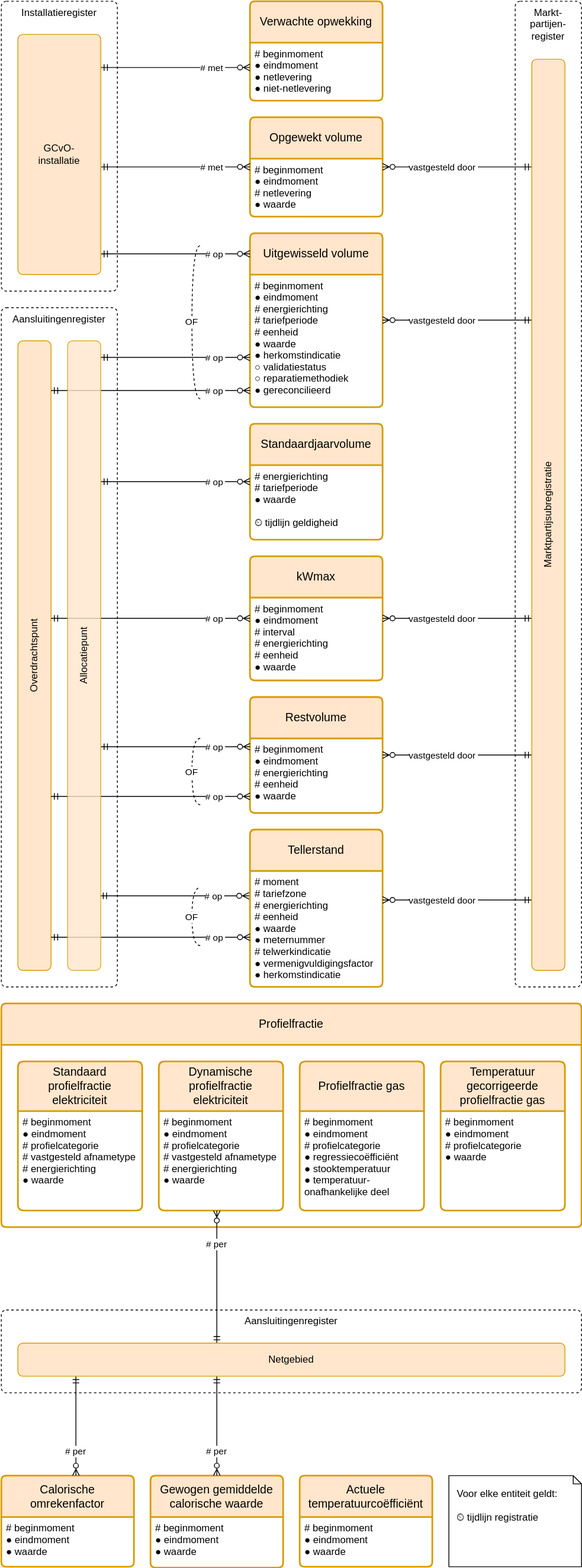
Before: registers/energie-uitwisselingsregister/1.4/energie-uitwisselingsregister.drawio.svg, a diagram exported from draw.io (Netbeheer-Nederland/stelsel). Source tidied: cells renumbered, new cells last; positions are measured from the earlier drawing's top-left corner, leaving out a move shared by most shapes.
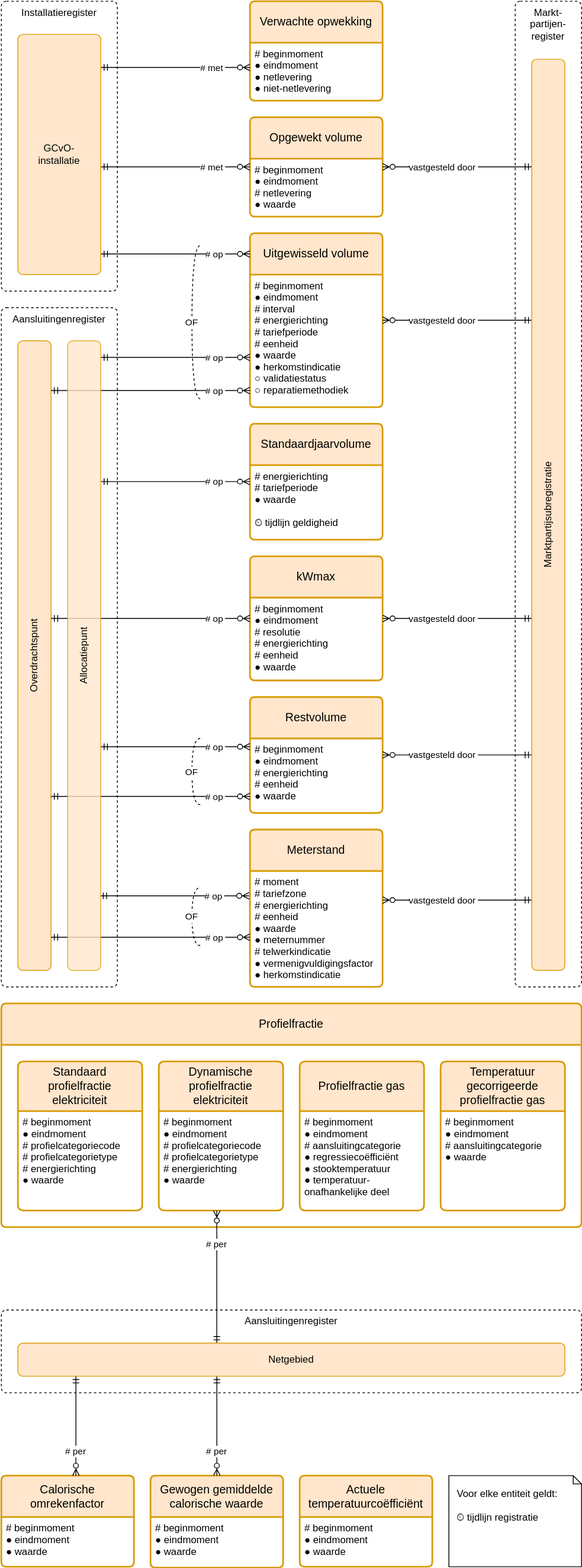
After the commit.

Commit message:
energie-uitwisseling in de context van tijdsafhankelijke transporttarieven

Diff of the diagram source:
```diff
@@ -17,7 +17,7 @@
     <mxCell id="6" value="Markt-partijen-register" style="rounded=1;whiteSpace=wrap;verticalAlign=top;dashed=1;arcSize=12;absoluteArcSize=1;spacingLeft=10;spacingRight=10;" parent="1" vertex="1">
       <mxGeometry x="620" width="80" height="1190" as="geometry" />
     </mxCell>
-    <mxCell id="7" value="Tellerstand" style="swimlane;horizontal=1;startSize=50;rounded=1;fontSize=14;fontStyle=0;strokeWidth=2;shadow=0;dashed=0;align=center;arcSize=4;fillColor=#ffe6cc;strokeColor=#d79b00;whiteSpace=wrap;" parent="1" vertex="1">
+    <mxCell id="7" value="Meterstand" style="swimlane;horizontal=1;startSize=50;rounded=1;fontSize=14;fontStyle=0;strokeWidth=2;shadow=0;dashed=0;align=center;arcSize=4;fillColor=#ffe6cc;strokeColor=#d79b00;whiteSpace=wrap;" parent="1" vertex="1">
       <mxGeometry x="300" y="1000" width="160" height="190" as="geometry" />
     </mxCell>
     <mxCell id="8" value="# moment&#10;# tariefzone&#10;# energierichting&#10;# eenheid&#10;● waarde&#10;● meternummer&#10;# telwerkindicatie&#10;● vermenigvuldigingsfactor&#10;● herkomstindicatie" style="align=left;strokeColor=none;fillColor=none;spacingLeft=4;fontSize=12;verticalAlign=top;" parent="7" vertex="1">
@@ -26,7 +26,7 @@
     <mxCell id="9" value="Uitgewisseld volume" style="swimlane;horizontal=1;startSize=50;rounded=1;fontSize=14;fontStyle=0;strokeWidth=2;shadow=0;dashed=0;align=center;arcSize=4;fillColor=#ffe6cc;strokeColor=#d79b00;whiteSpace=wrap;" parent="1" vertex="1">
       <mxGeometry x="300" y="280" width="160" height="210" as="geometry" />
     </mxCell>
-    <mxCell id="10" value="# beginmoment&#10;● eindmoment&#10;# energierichting&#10;# tariefperiode&#10;# eenheid&#10;● waarde&#10;● herkomstindicatie&#10;○ validatiestatus&#10;○ reparatiemethodiek&#10;● gereconcilieerd" style="align=left;strokeColor=none;fillColor=none;spacingLeft=4;fontSize=12;verticalAlign=top;" parent="9" vertex="1">
+    <mxCell id="10" value="# beginmoment&#10;● eindmoment&#10;# interval&#10;# energierichting&#10;# tariefperiode&#10;# eenheid&#10;● waarde&#10;● herkomstindicatie&#10;○ validatiestatus&#10;○ reparatiemethodiek" style="align=left;strokeColor=none;fillColor=none;spacingLeft=4;fontSize=12;verticalAlign=top;" parent="9" vertex="1">
       <mxGeometry y="50" width="160" height="160" as="geometry" />
     </mxCell>
     <mxCell id="11" value="# op" style="rounded=0;orthogonalLoop=1;jettySize=auto;endArrow=ERmandOne;endFill=0;startArrow=ERzeroToMany;startFill=0;align=right;edgeStyle=elbowEdgeStyle;elbow=vertical;" parent="1" edge="1">
@@ -54,7 +54,7 @@
     <mxCell id="15" value="kWmax" style="swimlane;horizontal=1;startSize=50;rounded=1;fontSize=14;fontStyle=0;strokeWidth=2;shadow=0;dashed=0;align=center;arcSize=4;fillColor=#ffe6cc;strokeColor=#d79b00;whiteSpace=wrap;" parent="1" vertex="1">
       <mxGeometry x="300" y="670" width="160" height="150" as="geometry" />
     </mxCell>
-    <mxCell id="16" value="# beginmoment&#10;● eindmoment&#10;# interval&#10;# energierichting&#10;# eenheid&#10;● waarde" style="align=left;strokeColor=none;fillColor=none;spacingLeft=4;fontSize=12;verticalAlign=top;" parent="15" vertex="1">
+    <mxCell id="16" value="# beginmoment&#10;● eindmoment&#10;# resolutie&#10;# energierichting&#10;# eenheid&#10;● waarde" style="align=left;strokeColor=none;fillColor=none;spacingLeft=4;fontSize=12;verticalAlign=top;" parent="15" vertex="1">
       <mxGeometry y="50" width="160" height="100" as="geometry" />
     </mxCell>
     <mxCell id="17" value="OF" style="endArrow=none;dashed=1;rounded=0;edgeStyle=orthogonalEdgeStyle;curved=1;" parent="1" edge="1">
@@ -171,13 +171,13 @@
     <mxCell id="44" value="Dynamische profielfractie elektriciteit" style="swimlane;horizontal=1;startSize=60;rounded=1;fontSize=14;fontStyle=0;strokeWidth=2;shadow=0;dashed=0;align=center;arcSize=4;fillColor=#ffe6cc;strokeColor=#d79b00;whiteSpace=wrap;spacing=10;" parent="1" vertex="1">
       <mxGeometry x="190" y="1280" width="150" height="180" as="geometry" />
     </mxCell>
-    <mxCell id="45" value="# beginmoment&#10;● eindmoment&#10;# profielcategorie&#10;# vastgesteld afnametype&#10;# energierichting&#10;● waarde" style="align=left;strokeColor=none;fillColor=none;spacingLeft=4;fontSize=12;verticalAlign=top;" parent="44" vertex="1">
+    <mxCell id="45" value="# beginmoment&#10;● eindmoment&#10;# profielcategoriecode&#10;# profielcategorietype&#10;# energierichting&#10;● waarde" style="align=left;strokeColor=none;fillColor=none;spacingLeft=4;fontSize=12;verticalAlign=top;" parent="44" vertex="1">
       <mxGeometry y="60" width="150" height="120" as="geometry" />
     </mxCell>
     <mxCell id="46" value="Profielfractie gas" style="swimlane;horizontal=1;startSize=60;rounded=1;fontSize=14;fontStyle=0;strokeWidth=2;shadow=0;dashed=0;align=center;arcSize=4;fillColor=#ffe6cc;strokeColor=#d79b00;whiteSpace=wrap;spacing=10;" parent="1" vertex="1">
       <mxGeometry x="360" y="1280" width="150" height="180" as="geometry" />
     </mxCell>
-    <mxCell id="47" value="# beginmoment&#10;● eindmoment&#10;# profielcategorie&#10;● regressiecoëfficiënt&#10;● stooktemperatuur&#10;● temperatuur-&#10;   onafhankelijke deel" style="align=left;strokeColor=none;fillColor=none;spacingLeft=4;fontSize=12;verticalAlign=top;" parent="46" vertex="1">
+    <mxCell id="47" value="# beginmoment&#10;● eindmoment&#10;# aansluitingcategorie&#10;● regressiecoëfficiënt&#10;● stooktemperatuur&#10;● temperatuur-&#10;   onafhankelijke deel" style="align=left;strokeColor=none;fillColor=none;spacingLeft=4;fontSize=12;verticalAlign=top;" parent="46" vertex="1">
       <mxGeometry y="60" width="150" height="120" as="geometry" />
     </mxCell>
     <mxCell id="48" value="# per" style="endArrow=ERzeroToMany;rounded=0;edgeStyle=elbowEdgeStyle;startArrow=ERmandOne;startFill=0;endFill=0;align=center;" parent="1" edge="1" source="61" target="44">
@@ -190,7 +190,7 @@
     <mxCell id="49" value="Temperatuur gecorrigeerde profielfractie gas" style="swimlane;horizontal=1;startSize=60;rounded=1;fontSize=14;fontStyle=0;strokeWidth=2;shadow=0;dashed=0;align=center;arcSize=4;fillColor=#ffe6cc;strokeColor=#d79b00;whiteSpace=wrap;spacing=10;" parent="1" vertex="1">
       <mxGeometry x="530" y="1280" width="150" height="180" as="geometry" />
     </mxCell>
-    <mxCell id="50" value="# beginmoment&#10;● eindmoment&#10;# profielcategorie&#10;● waarde" style="align=left;strokeColor=none;fillColor=none;spacingLeft=4;fontSize=12;verticalAlign=top;" parent="49" vertex="1">
+    <mxCell id="50" value="# beginmoment&#10;● eindmoment&#10;# aansluitingcategorie&#10;● waarde" style="align=left;strokeColor=none;fillColor=none;spacingLeft=4;fontSize=12;verticalAlign=top;" parent="49" vertex="1">
       <mxGeometry y="60" width="150" height="120" as="geometry" />
     </mxCell>
     <mxCell id="51" value="Calorische omrekenfactor" style="swimlane;horizontal=1;startSize=50;rounded=1;fontSize=14;fontStyle=0;strokeWidth=2;shadow=0;dashed=0;align=center;arcSize=4;fillColor=#ffe6cc;strokeColor=#d79b00;whiteSpace=wrap;" parent="1" vertex="1">
@@ -218,7 +218,7 @@
     <mxCell id="57" value="Standaard profielfractie elektriciteit" style="swimlane;horizontal=1;startSize=60;rounded=1;fontSize=14;fontStyle=0;strokeWidth=2;shadow=0;dashed=0;align=center;arcSize=4;fillColor=#ffe6cc;strokeColor=#d79b00;whiteSpace=wrap;spacing=10;" parent="1" vertex="1">
       <mxGeometry x="20" y="1280" width="150" height="180" as="geometry" />
     </mxCell>
-    <mxCell id="58" value="# beginmoment&#10;● eindmoment&#10;# profielcategorie&#10;# vastgesteld afnametype&#10;# energierichting&#10;● waarde" style="align=left;strokeColor=none;fillColor=none;spacingLeft=4;fontSize=12;verticalAlign=top;" parent="57" vertex="1">
+    <mxCell id="58" value="# beginmoment&#10;● eindmoment&#10;# profielcategoriecode&#10;# profielcategorietype&#10;# energierichting&#10;● waarde" style="align=left;strokeColor=none;fillColor=none;spacingLeft=4;fontSize=12;verticalAlign=top;" parent="57" vertex="1">
       <mxGeometry y="60" width="150" height="120" as="geometry" />
     </mxCell>
     <mxCell id="59" value="Actuele temperatuurcoëfficiënt" style="swimlane;horizontal=1;startSize=50;rounded=1;fontSize=14;fontStyle=0;strokeWidth=2;shadow=0;dashed=0;align=center;arcSize=4;fillColor=#ffe6cc;strokeColor=#d79b00;whiteSpace=wrap;" parent="1" vertex="1">
```
